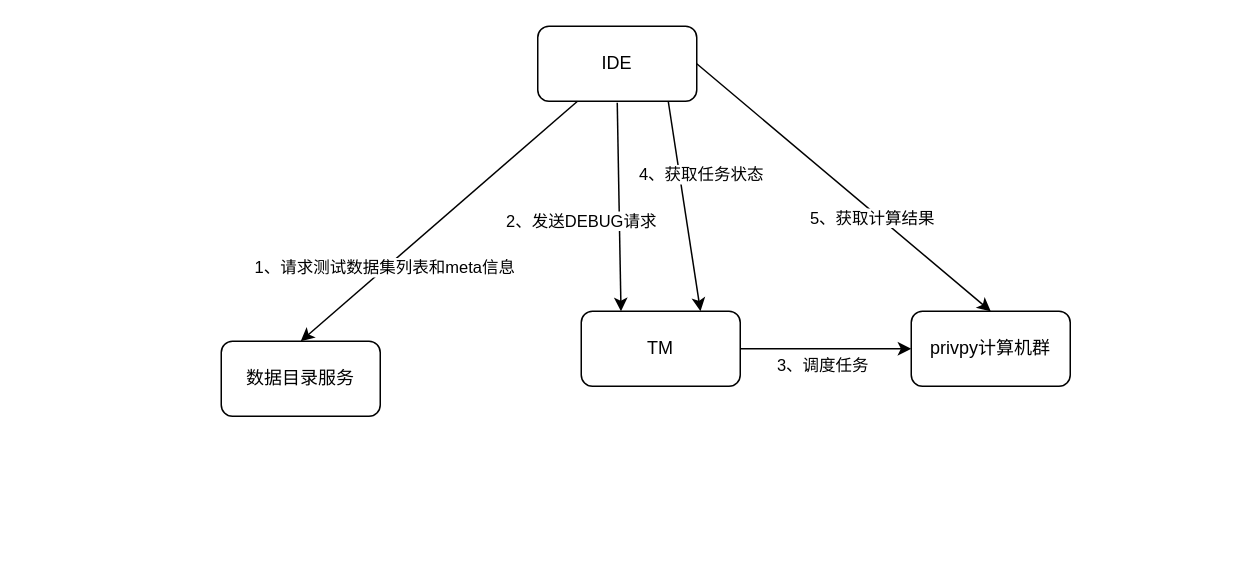
Before: sample_data.drawio in yankaili2006/drawing_io, a draw.io diagram. Source tidied: cells renumbered, new cells numbered last; positions are measured from the earlier drawing's top-left corner, leaving out a move shared by most shapes. Both pictures are drawn from the tidied source at 150%, with x=0, y=0 at pixel (220, 26).
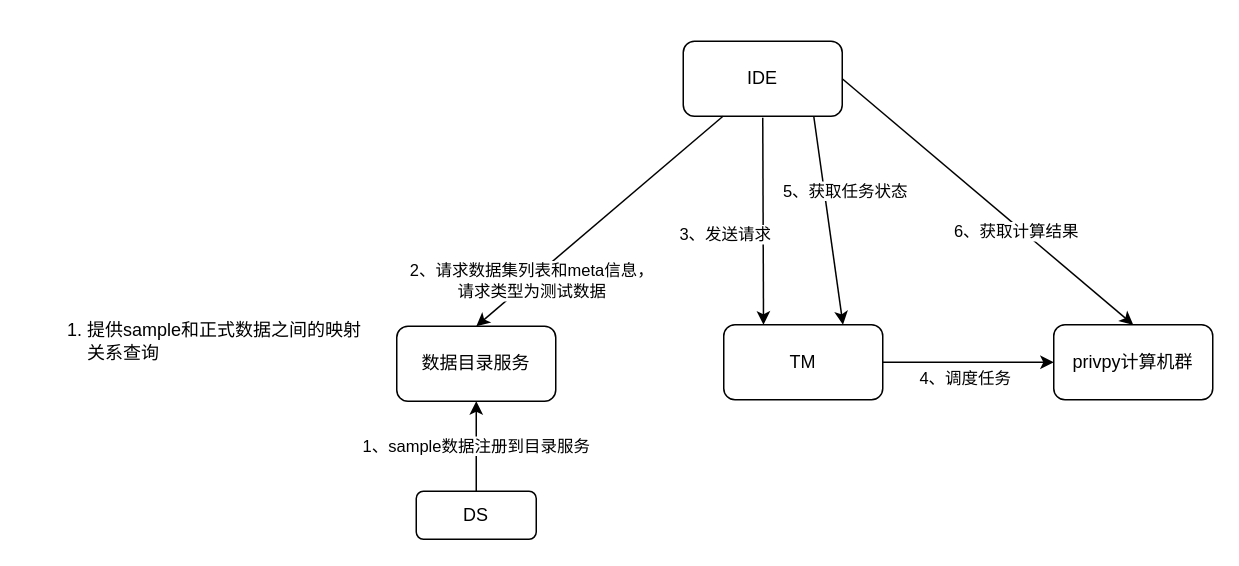
Above is the later version.

Change to the diagram source:
```diff
@@
 <mxGraphModel>
   <root>
     <mxCell id="0" />
     <mxCell id="1" parent="0" />
     <mxCell id="2" value="数据目录服务" style="rounded=1;whiteSpace=wrap;html=1;" parent="1" vertex="1">
-      <mxGeometry y="210" width="106" height="50" as="geometry" />
+      <mxGeometry x="117" y="200" width="106" height="50" as="geometry" />
     </mxCell>
     <mxCell id="3" value="privpy计算机群" style="rounded=1;whiteSpace=wrap;html=1;" parent="1" vertex="1">
-      <mxGeometry x="460" y="190" width="106" height="50" as="geometry" />
+      <mxGeometry x="555" y="199" width="106" height="50" as="geometry" />
     </mxCell>
     <mxCell id="4" value="TM" style="rounded=1;whiteSpace=wrap;html=1;" parent="1" vertex="1">
-      <mxGeometry x="240" y="190" width="106" height="50" as="geometry" />
+      <mxGeometry x="335" y="199" width="106" height="50" as="geometry" />
     </mxCell>
     <mxCell id="5" value="IDE" style="rounded=1;whiteSpace=wrap;html=1;" parent="1" vertex="1">
-      <mxGeometry x="211" width="106" height="50" as="geometry" />
+      <mxGeometry x="308" y="10" width="106" height="50" as="geometry" />
     </mxCell>
-    <mxCell id="6" value="2、发送DEBUG请求" style="endArrow=classic;html=1;entryX=0.25;entryY=0;entryDx=0;entryDy=0;exitX=0.5;exitY=1;exitDx=0;exitDy=0;" parent="1" edge="1" target="4">
+    <mxCell id="6" value="3、发送请求" style="endArrow=classic;html=1;entryX=0.25;entryY=0;entryDx=0;entryDy=0;exitX=0.5;exitY=1;exitDx=0;exitDy=0;" parent="1" edge="1" target="4">
       <mxGeometry x="0.13" y="-25" relative="1" as="geometry">
-        <mxPoint x="264" y="51" as="sourcePoint" />
+        <mxPoint x="361" y="61" as="sourcePoint" />
       </mxGeometry>
     </mxCell>
-    <mxCell id="7" value="1、请求测试数据集列表和meta信息" style="endArrow=classic;html=1;exitX=0.25;exitY=1;exitDx=0;exitDy=0;entryX=0.5;entryY=0;entryDx=0;entryDy=0;" parent="1" edge="1" source="5" target="2">
-      <mxGeometry x="0.38" relative="1" as="geometry">
-        <mxPoint x="-1" as="offset" />
-      </mxGeometry>
+    <mxCell id="7" value="2、请求数据集列表和meta信息，&lt;br&gt;请求类型为测试数据" style="endArrow=classic;html=1;exitX=0.25;exitY=1;exitDx=0;exitDy=0;entryX=0.5;entryY=0;entryDx=0;entryDy=0;" parent="1" edge="1" source="5" target="2">
+      <mxGeometry x="0.56" y="1" relative="1" as="geometry" />
     </mxCell>
     <mxCell id="8" style="endArrow=classic;html=1;entryX=0;entryY=0.5;entryDx=0;entryDy=0;" parent="1" edge="1" source="4" target="3">
       <mxGeometry relative="1" as="geometry" />
     </mxCell>
-    <mxCell id="9" value="3、调度任务" style="edgeLabel;html=1;align=center;verticalAlign=middle;" parent="8" vertex="1">
+    <mxCell id="9" value="4、调度任务" style="edgeLabel;html=1;align=center;verticalAlign=middle;" parent="8" vertex="1">
       <mxGeometry x="-0.48" y="-2" relative="1" as="geometry">
         <mxPoint x="24" y="8" as="offset" />
       </mxGeometry>
     </mxCell>
     <mxCell id="10" style="endArrow=classic;html=1;entryX=0.5;entryY=0;entryDx=0;entryDy=0;exitX=1;exitY=0.5;exitDx=0;exitDy=0;" parent="1" edge="1" source="5" target="3">
       <mxGeometry relative="1" as="geometry" />
     </mxCell>
-    <mxCell id="11" value="5、获取计算结果" style="edgeLabel;html=1;align=center;verticalAlign=middle;" parent="10" vertex="1">
+    <mxCell id="11" value="6、获取计算结果" style="edgeLabel;html=1;align=center;verticalAlign=middle;" parent="10" vertex="1">
       <mxGeometry x="0.21" y="-3" relative="1" as="geometry" />
     </mxCell>
-    <mxCell id="12" value="4、获取任务状态" style="endArrow=classic;html=1;entryX=0.75;entryY=0;entryDx=0;entryDy=0;" parent="1" edge="1" target="4">
+    <mxCell id="12" value="5、获取任务状态" style="endArrow=classic;html=1;entryX=0.75;entryY=0;entryDx=0;entryDy=0;" parent="1" edge="1" target="4">
       <mxGeometry x="-0.26" y="14" relative="1" as="geometry">
-        <mxPoint x="298" y="50" as="sourcePoint" />
+        <mxPoint x="395" y="60" as="sourcePoint" />
       </mxGeometry>
     </mxCell>
+    <mxCell id="13" value="DS" style="rounded=1;whiteSpace=wrap;html=1;" parent="1" vertex="1">
+      <mxGeometry x="130" y="310" width="80" height="32" as="geometry" />
+    </mxCell>
+    <mxCell id="14" value="1、sample数据注册到目录服务" style="endArrow=classic;html=1;exitX=0.5;exitY=0;exitDx=0;exitDy=0;entryX=0.5;entryY=1;entryDx=0;entryDy=0;" parent="1" edge="1" source="13" target="2">
+      <mxGeometry relative="1" as="geometry" />
+    </mxCell>
+    <mxCell id="15" value="&lt;div style=&quot;text-align: left&quot;&gt;&lt;ol&gt;&lt;li&gt;提供sample和正式数据之间的映射关系查询&lt;/li&gt;&lt;/ol&gt;&lt;/div&gt;" style="text;html=1;strokeColor=none;fillColor=none;align=center;verticalAlign=middle;whiteSpace=wrap;rounded=0;" parent="1" vertex="1">
+      <mxGeometry x="-130" y="160" width="230" height="100" as="geometry" />
+    </mxCell>
   </root>
 </mxGraphModel>
```
